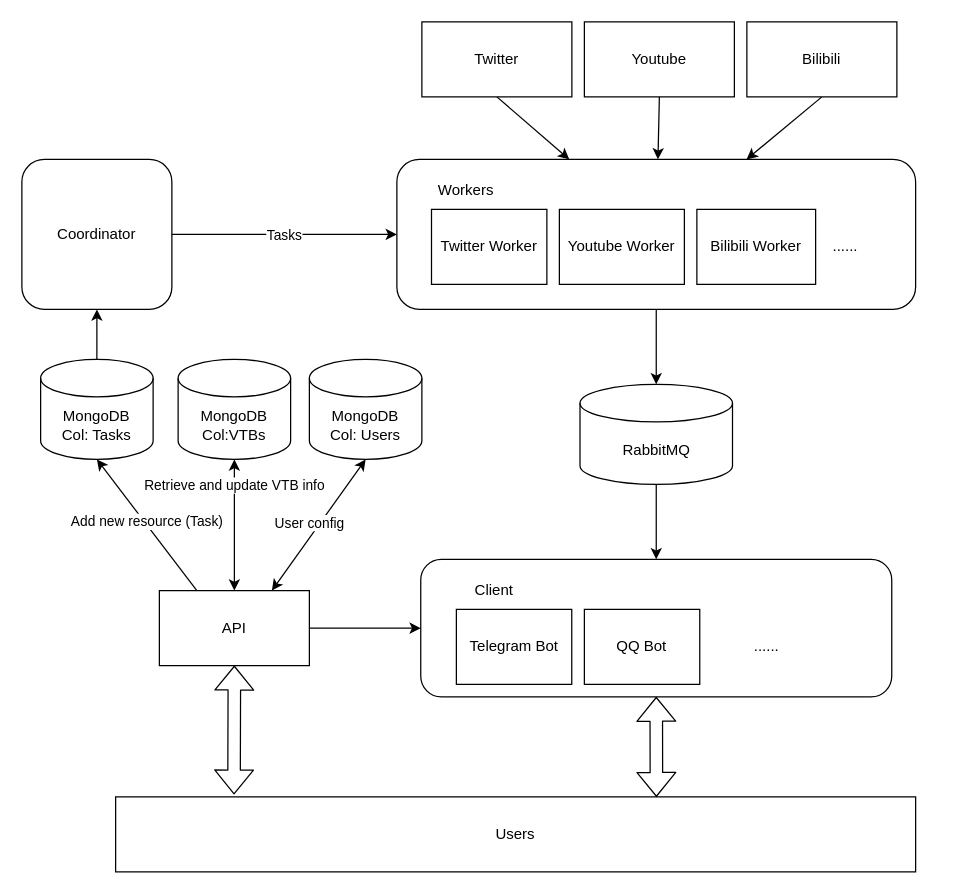
This is arch.drawio from suisei-cn/stargazer-reborn, a draw.io file, before an edit. Source tidied: cells renumbered, new cells numbered last; positions are measured from the earlier drawing's top-left corner, leaving out a move shared by most shapes. Both pictures are drawn from the tidied source at 125%, with x=0, y=0 at pixel (21, 21).
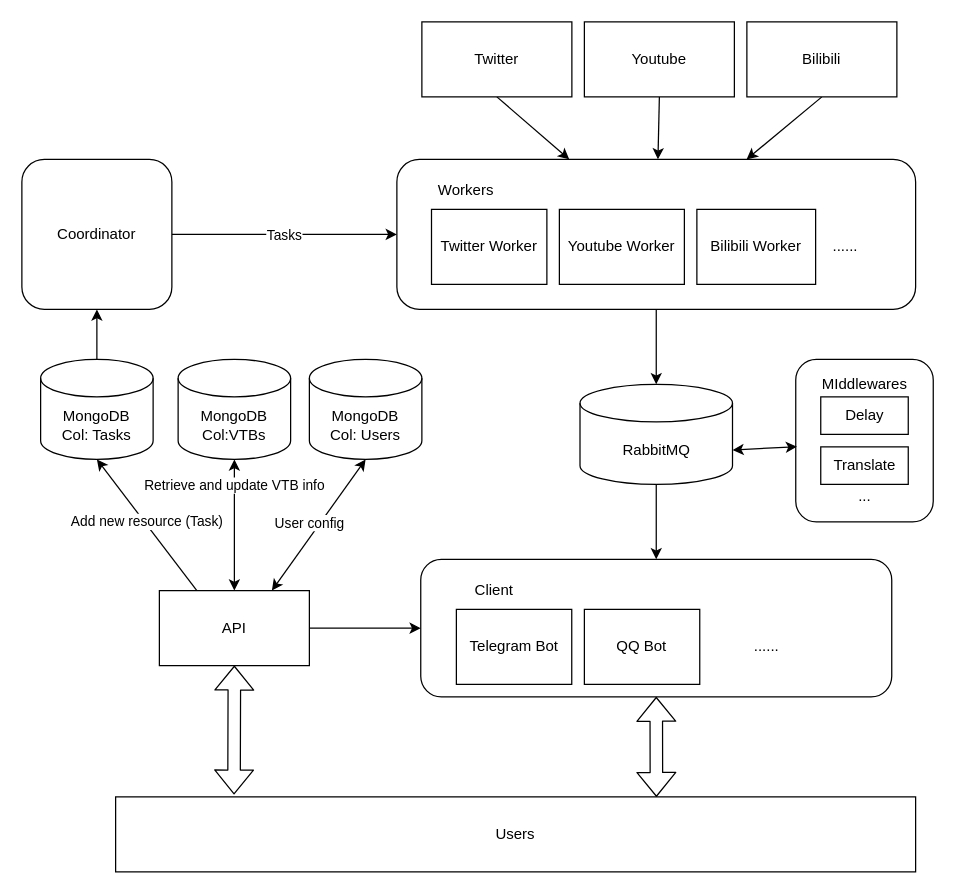
After the change.

The change refers to these unchanged cells:
```xml
<mxCell id="19" value="RabbitMQ" style="shape=cylinder3;whiteSpace=wrap;html=1;boundedLbl=1;backgroundOutline=1;size=15;" parent="1" vertex="1">
  <mxGeometry x="446.5" y="290" width="122" height="80" as="geometry" />
</mxCell>
```

The edit, as a diff of the source:
```diff
@@
+    <mxCell id="41" style="group;" parent="1" vertex="1">
+      <mxGeometry x="619.1" y="270" width="110" height="130" as="geometry" />
+    </mxCell>
+    <mxCell id="42" style="rounded=1;whiteSpace=wrap;html=1;" parent="41" vertex="1">
+      <mxGeometry width="110" height="130" as="geometry" />
+    </mxCell>
+    <mxCell id="43" style="rounded=0;whiteSpace=wrap;html=1;" parent="41" vertex="1">
+      <mxGeometry x="20" y="30" width="70" height="30" as="geometry" />
+    </mxCell>
+    <mxCell id="44" style="rounded=0;whiteSpace=wrap;html=1;" parent="41" vertex="1">
+      <mxGeometry x="20" y="70" width="70" height="30" as="geometry" />
+    </mxCell>
+    <mxCell id="45" value="MIddlewares" style="text;html=1;align=center;verticalAlign=middle;strokeColor=none;fillColor=none;" parent="41" vertex="1">
+      <mxGeometry x="15" y="10" width="80" height="20" as="geometry" />
+    </mxCell>
+    <mxCell id="46" value="Delay" style="text;html=1;align=center;verticalAlign=middle;strokeColor=none;fillColor=none;" parent="41" vertex="1">
+      <mxGeometry x="30" y="35" width="50" height="20" as="geometry" />
+    </mxCell>
+    <mxCell id="47" value="Translate" style="text;html=1;align=center;verticalAlign=middle;strokeColor=none;fillColor=none;" parent="41" vertex="1">
+      <mxGeometry x="25" y="75" width="60" height="20" as="geometry" />
+    </mxCell>
+    <mxCell id="48" value="..." style="text;html=1;align=center;verticalAlign=middle;strokeColor=none;fillColor=none;" parent="41" vertex="1">
+      <mxGeometry x="40" y="100" width="30" height="20" as="geometry" />
+    </mxCell>
+    <mxCell id="49" style="endArrow=classic;startArrow=classic;html=1;exitX=1;exitY=0;exitDx=0;exitDy=52.5;exitPerimeter=0;entryX=0.009;entryY=0.537;entryDx=0;entryDy=0;entryPerimeter=0;" parent="1" edge="1" source="19" target="42">
+      <mxGeometry relative="1" as="geometry" />
+    </mxCell>
```
